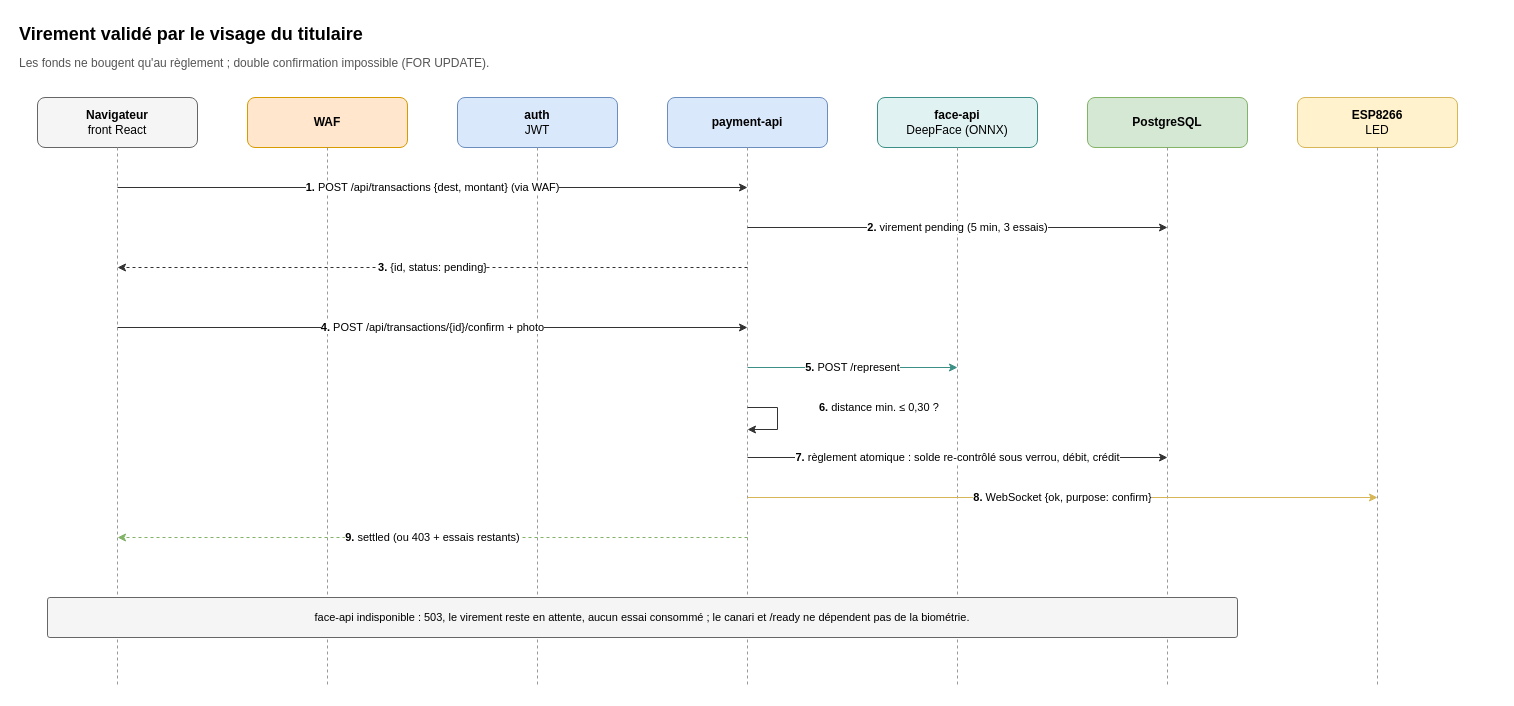
This is page "Virement" (3 of 3) of docs/diagrams/authentification.drawio from Rococo77/Workshop-26, a draw.io file, before an edit. Source tidied: cells renumbered, new cells numbered last; positions are measured from the earlier drawing's top-left corner, leaving out a move shared by most shapes. Both pictures are drawn from the tidied source at 100%, with x=0, y=0 at pixel (17, 17).
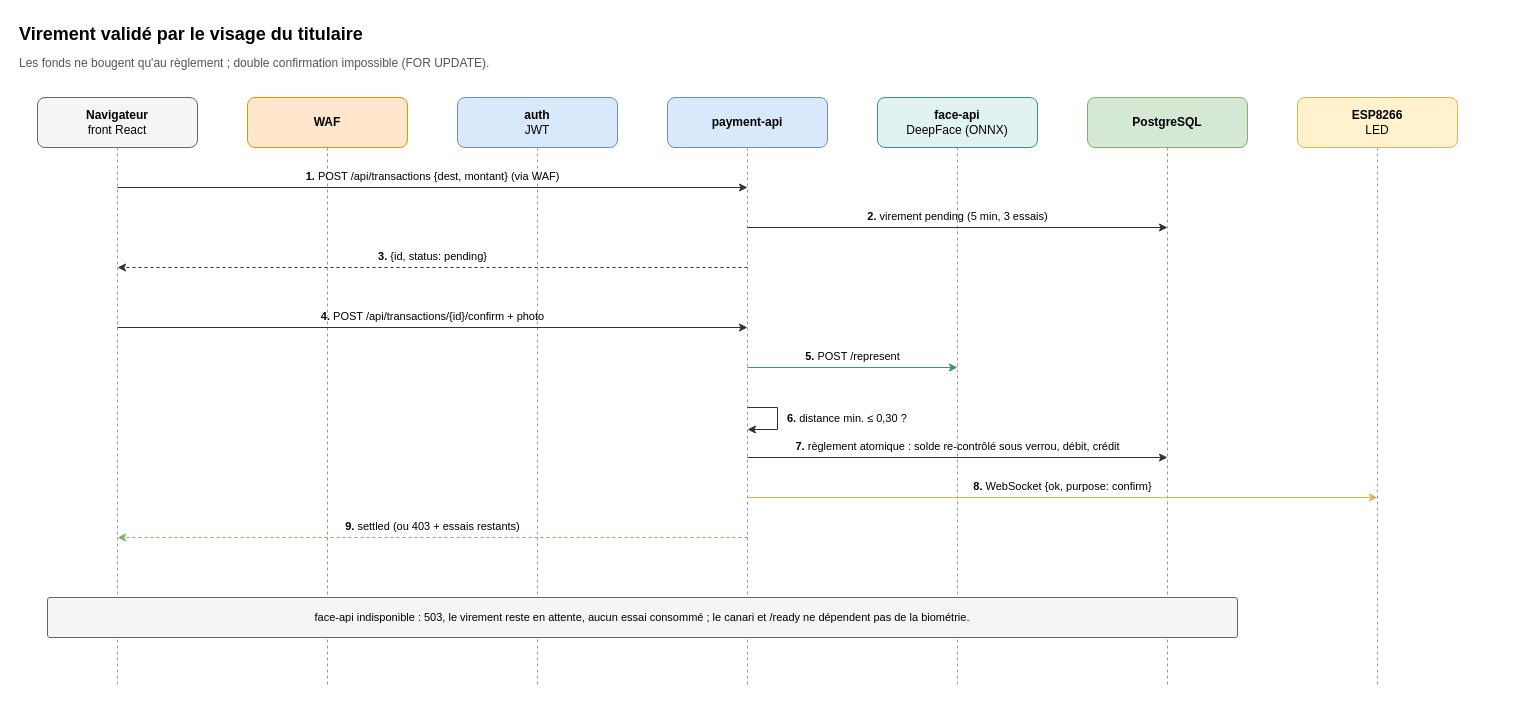
After the change.

Diff of the diagram source:
```diff
@@
-    <mxCell id="18" value="&lt;b&gt;1.&lt;/b&gt; POST /api/transactions {dest, montant} (via WAF)" style="html=1;fontSize=11;labelBackgroundColor=default;strokeColor=#333333;strokeWidth=1;endFill=1;" parent="1" edge="1">
+    <mxCell id="18" value="&lt;b&gt;1.&lt;/b&gt; POST /api/transactions {dest, montant} (via WAF)" style="html=1;fontSize=11;labelBackgroundColor=default;strokeColor=#333333;strokeWidth=1;endFill=1;verticalAlign=bottom;labelBackgroundColor=none;spacingBottom=2;" parent="1" edge="1">
       <mxGeometry relative="1" as="geometry">
         <mxPoint x="100" y="170" as="sourcePoint" />
         <mxPoint x="730" y="170" as="targetPoint" />
       </mxGeometry>
     </mxCell>
-    <mxCell id="19" value="&lt;b&gt;2.&lt;/b&gt; virement pending (5 min, 3 essais)" style="html=1;fontSize=11;labelBackgroundColor=default;strokeColor=#333333;strokeWidth=1;endFill=1;" parent="1" edge="1">
+    <mxCell id="19" value="&lt;b&gt;2.&lt;/b&gt; virement pending (5 min, 3 essais)" style="html=1;fontSize=11;labelBackgroundColor=default;strokeColor=#333333;strokeWidth=1;endFill=1;verticalAlign=bottom;labelBackgroundColor=none;spacingBottom=2;" parent="1" edge="1">
       <mxGeometry relative="1" as="geometry">
         <mxPoint x="730" y="210" as="sourcePoint" />
         <mxPoint x="1150" y="210" as="targetPoint" />
       </mxGeometry>
     </mxCell>
-    <mxCell id="20" value="&lt;b&gt;3.&lt;/b&gt; {id, status: pending}" style="html=1;fontSize=11;labelBackgroundColor=default;strokeColor=#333333;strokeWidth=1;endFill=1;dashed=1;" parent="1" edge="1">
+    <mxCell id="20" value="&lt;b&gt;3.&lt;/b&gt; {id, status: pending}" style="html=1;fontSize=11;labelBackgroundColor=default;strokeColor=#333333;strokeWidth=1;endFill=1;dashed=1;verticalAlign=bottom;labelBackgroundColor=none;spacingBottom=2;" parent="1" edge="1">
       <mxGeometry relative="1" as="geometry">
         <mxPoint x="730" y="250" as="sourcePoint" />
         <mxPoint x="100" y="250" as="targetPoint" />
       </mxGeometry>
     </mxCell>
-    <mxCell id="21" value="&lt;b&gt;4.&lt;/b&gt; POST /api/transactions/{id}/confirm + photo" style="html=1;fontSize=11;labelBackgroundColor=default;strokeColor=#333333;strokeWidth=1;endFill=1;" parent="1" edge="1">
+    <mxCell id="21" value="&lt;b&gt;4.&lt;/b&gt; POST /api/transactions/{id}/confirm + photo" style="html=1;fontSize=11;labelBackgroundColor=default;strokeColor=#333333;strokeWidth=1;endFill=1;verticalAlign=bottom;labelBackgroundColor=none;spacingBottom=2;" parent="1" edge="1">
       <mxGeometry relative="1" as="geometry">
         <mxPoint x="100" y="310" as="sourcePoint" />
         <mxPoint x="730" y="310" as="targetPoint" />
       </mxGeometry>
     </mxCell>
-    <mxCell id="22" value="&lt;b&gt;5.&lt;/b&gt; POST /represent" style="html=1;fontSize=11;labelBackgroundColor=default;strokeColor=#3b8f86;strokeWidth=1;endFill=1;" parent="1" edge="1">
+    <mxCell id="22" value="&lt;b&gt;5.&lt;/b&gt; POST /represent" style="html=1;fontSize=11;labelBackgroundColor=default;strokeColor=#3b8f86;strokeWidth=1;endFill=1;verticalAlign=bottom;labelBackgroundColor=none;spacingBottom=2;" parent="1" edge="1">
       <mxGeometry relative="1" as="geometry">
         <mxPoint x="730" y="350" as="sourcePoint" />
         <mxPoint x="940" y="350" as="targetPoint" />
       </mxGeometry>
     </mxCell>
-    <mxCell id="23" value="&lt;b&gt;6.&lt;/b&gt; distance min. ≤ 0,30 ?" style="html=1;fontSize=11;align=left;labelBackgroundColor=default;strokeColor=#333333;endFill=1;edgeStyle=orthogonalEdgeStyle;rounded=0;" parent="1" edge="1">
+    <mxCell id="23" style="html=1;strokeColor=#333333;endFill=1;edgeStyle=orthogonalEdgeStyle;rounded=0;" parent="1" edge="1">
       <mxGeometry relative="1" as="geometry">
         <mxPoint x="730" y="390" as="sourcePoint" />
         <mxPoint x="730" y="412" as="targetPoint" />
         <Array as="points">
           <mxPoint x="760" y="390" />
           <mxPoint x="760" y="412" />
         </Array>
-        <mxPoint x="40" y="-11" as="offset" />
       </mxGeometry>
     </mxCell>
-    <mxCell id="24" value="&lt;b&gt;7.&lt;/b&gt; règlement atomique : solde re-contrôlé sous verrou, débit, crédit" style="html=1;fontSize=11;labelBackgroundColor=default;strokeColor=#333333;strokeWidth=1;endFill=1;" parent="1" edge="1">
-      <mxGeometry relative="1" as="geometry">
-        <mxPoint x="730" y="440" as="sourcePoint" />
-        <mxPoint x="1150" y="440" as="targetPoint" />
-      </mxGeometry>
-    </mxCell>
+    <mxCell id="28" value="&lt;b&gt;6.&lt;/b&gt; distance min. ≤ 0,30 ?" style="text;html=1;whiteSpace=wrap;align=left;verticalAlign=top;fontSize=11;verticalAlign=middle;" parent="1" vertex="1">
+      <mxGeometry x="768" y="389" width="420" height="24" as="geometry" />
+    </mxCell>
-    <mxCell id="25" value="&lt;b&gt;8.&lt;/b&gt; WebSocket {ok, purpose: confirm}" style="html=1;fontSize=11;labelBackgroundColor=default;strokeColor=#d6b656;strokeWidth=1;endFill=1;" parent="1" edge="1">
+    <mxCell id="25" value="&lt;b&gt;7.&lt;/b&gt; règlement atomique : solde re-contrôlé sous verrou, débit, crédit" style="html=1;fontSize=11;labelBackgroundColor=default;strokeColor=#333333;strokeWidth=1;endFill=1;verticalAlign=bottom;labelBackgroundColor=none;spacingBottom=2;" parent="1" edge="1">
       <mxGeometry relative="1" as="geometry">
-        <mxPoint x="730" y="480" as="sourcePoint" />
-        <mxPoint x="1360" y="480" as="targetPoint" />
+        <mxPoint x="730" y="440" as="sourcePoint" />
+        <mxPoint x="1150" y="440" as="targetPoint" />
       </mxGeometry>
     </mxCell>
-    <mxCell id="26" value="&lt;b&gt;9.&lt;/b&gt; settled (ou 403 + essais restants)" style="html=1;fontSize=11;labelBackgroundColor=default;strokeColor=#82b366;strokeWidth=1;endFill=1;dashed=1;" parent="1" edge="1">
+    <mxCell id="26" value="&lt;b&gt;8.&lt;/b&gt; WebSocket {ok, purpose: confirm}" style="html=1;fontSize=11;labelBackgroundColor=default;strokeColor=#d6b656;strokeWidth=1;endFill=1;verticalAlign=bottom;labelBackgroundColor=none;spacingBottom=2;" parent="1" edge="1">
       <mxGeometry relative="1" as="geometry">
-        <mxPoint x="730" y="520" as="sourcePoint" />
-        <mxPoint x="100" y="520" as="targetPoint" />
+        <mxPoint x="730" y="480" as="sourcePoint" />
+        <mxPoint x="1360" y="480" as="targetPoint" />
       </mxGeometry>
     </mxCell>
+    <mxCell id="29" value="&lt;b&gt;9.&lt;/b&gt; settled (ou 403 + essais restants)" style="html=1;fontSize=11;labelBackgroundColor=default;strokeColor=#82b366;strokeWidth=1;endFill=1;dashed=1;verticalAlign=bottom;labelBackgroundColor=none;spacingBottom=2;" parent="1" edge="1">
+      <mxGeometry relative="1" as="geometry">
+        <mxPoint x="730" y="520" as="sourcePoint" />
+        <mxPoint x="100" y="520" as="targetPoint" />
+      </mxGeometry>
+    </mxCell>
```
